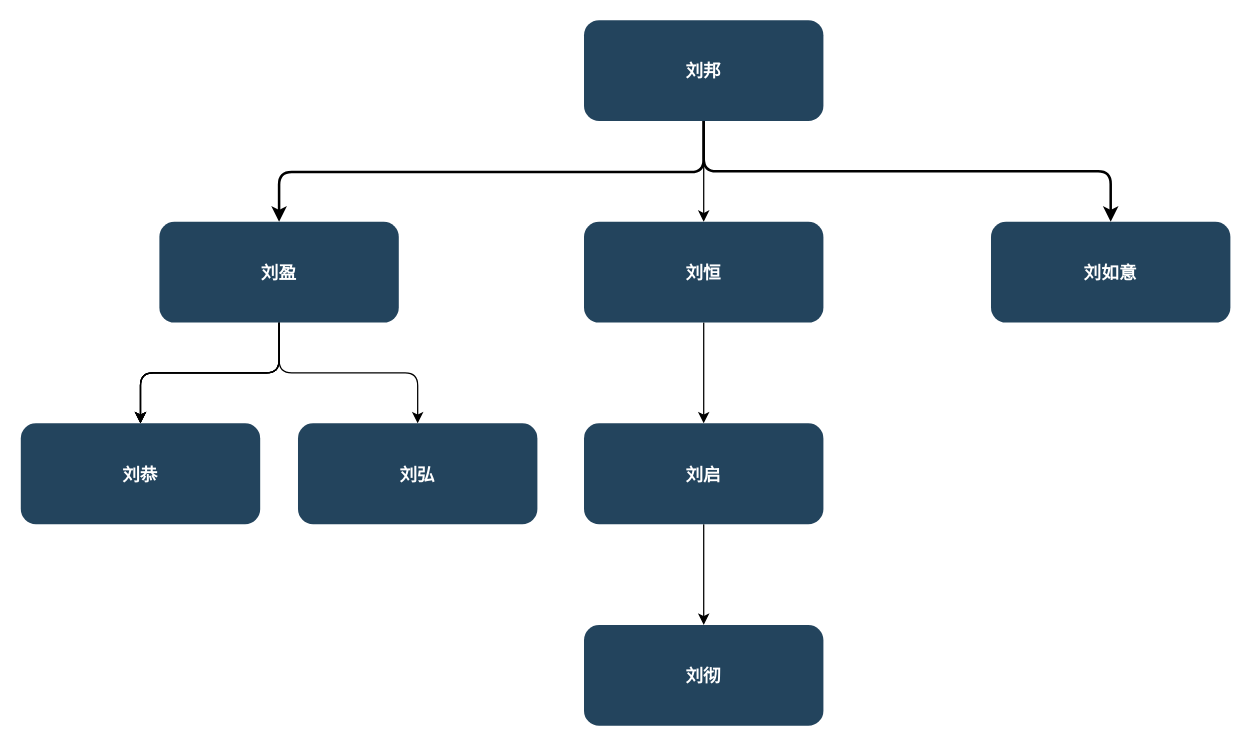
The draw.io diagram 汉代帝王谱系.drawio in uzvg/diagrams, before the edit. Source tidied: cells renumbered, new cells numbered last; positions are measured from the earlier drawing's top-left corner, leaving out a move shared by most shapes. Both pictures are drawn from the tidied source at 126%, with x=0, y=0 at pixel (20, 20).
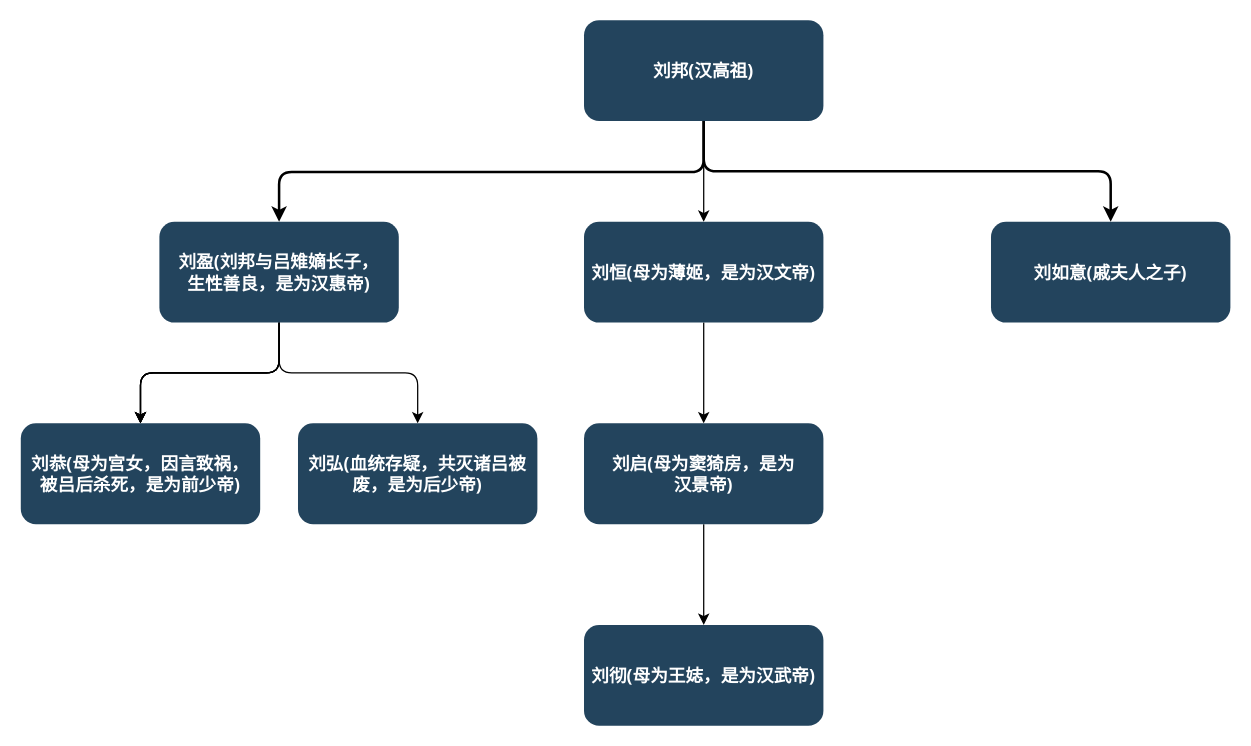
The same diagram, later.

Commit message (it also covers changes not shown here):
Update 汉代帝王谱系.drawio

Diff of the diagram source:
```diff
@@
 <mxGraphModel>
   <root>
     <mxCell id="0" />
     <mxCell id="1" parent="0" />
     <mxCell id="2" style="edgeStyle=orthogonalEdgeStyle;rounded=1;jettySize=auto;html=1;strokeWidth=2;exitX=0.5;exitY=1;exitDx=0;exitDy=0;" parent="1" edge="1" source="4" target="12">
       <mxGeometry relative="1" as="geometry" />
     </mxCell>
     <mxCell id="3" style="edgeStyle=orthogonalEdgeStyle;rounded=1;jettySize=auto;html=1;" parent="1" edge="1" source="4" target="16">
       <mxGeometry relative="1" as="geometry" />
     </mxCell>
-    <mxCell id="4" value="刘邦" style="rounded=1;fillColor=#23445D;gradientColor=none;strokeColor=none;fontColor=#FFFFFF;fontStyle=1;fontFamily=Tahoma;fontSize=14;" parent="1" vertex="1">
+    <mxCell id="4" value="刘邦(汉高祖)" style="rounded=1;fillColor=#23445D;gradientColor=none;strokeColor=none;fontColor=#FFFFFF;fontStyle=1;fontFamily=Tahoma;fontSize=14;" parent="1" vertex="1">
       <mxGeometry x="447" y="-0.5" width="190" height="80" as="geometry" />
     </mxCell>
     <mxCell id="5" style="edgeStyle=orthogonalEdgeStyle;rounded=1;jettySize=auto;html=1;" parent="1" edge="1" source="10" target="13">
       <mxGeometry relative="1" as="geometry" />
     </mxCell>
     <mxCell id="6" style="edgeStyle=orthogonalEdgeStyle;rounded=1;jettySize=auto;html=1;" parent="1" edge="1" source="10" target="13">
       <mxGeometry relative="1" as="geometry" />
     </mxCell>
     <mxCell id="7" style="edgeStyle=orthogonalEdgeStyle;rounded=1;jettySize=auto;html=1;" parent="1" edge="1" source="10" target="13">
       <mxGeometry relative="1" as="geometry" />
     </mxCell>
     <mxCell id="8" style="edgeStyle=orthogonalEdgeStyle;rounded=1;jettySize=auto;html=1;" parent="1" edge="1" source="10" target="13">
       <mxGeometry relative="1" as="geometry" />
     </mxCell>
     <mxCell id="9" style="edgeStyle=orthogonalEdgeStyle;rounded=1;jettySize=auto;html=1;exitX=0.5;exitY=1;exitDx=0;exitDy=0;" parent="1" edge="1" source="10" target="14">
       <mxGeometry relative="1" as="geometry" />
     </mxCell>
-    <mxCell id="10" value="刘盈" style="rounded=1;fillColor=#23445D;gradientColor=none;strokeColor=none;fontColor=#FFFFFF;fontStyle=1;fontFamily=Tahoma;fontSize=14;" parent="1" vertex="1">
+    <mxCell id="10" value="刘盈(刘邦与吕雉嫡长子，&#10;生性善良，是为汉惠帝)" style="rounded=1;fillColor=#23445D;gradientColor=none;strokeColor=none;fontColor=#FFFFFF;fontStyle=1;fontFamily=Tahoma;fontSize=14;" parent="1" vertex="1">
       <mxGeometry x="110" y="159.5" width="190" height="80" as="geometry" />
     </mxCell>
     <mxCell id="11" style="edgeStyle=elbowEdgeStyle;elbow=vertical;strokeWidth=2;rounded=1;" parent="1" edge="1" source="4" target="10">
       <mxGeometry x="347" y="225.5" as="geometry" />
     </mxCell>
-    <mxCell id="12" value="刘如意" style="rounded=1;fillColor=#23445D;gradientColor=none;strokeColor=none;fontColor=#FFFFFF;fontStyle=1;fontFamily=Tahoma;fontSize=14;" parent="1" vertex="1">
+    <mxCell id="12" value="刘如意(戚夫人之子)" style="rounded=1;fillColor=#23445D;gradientColor=none;strokeColor=none;fontColor=#FFFFFF;fontStyle=1;fontFamily=Tahoma;fontSize=14;" parent="1" vertex="1">
       <mxGeometry x="770" y="159.5" width="190" height="80" as="geometry" />
     </mxCell>
-    <mxCell id="13" value="刘恭" style="rounded=1;fillColor=#23445D;gradientColor=none;strokeColor=none;fontColor=#FFFFFF;fontStyle=1;fontFamily=Tahoma;fontSize=14;" parent="1" vertex="1">
+    <mxCell id="13" value="刘恭(母为宫女，因言致祸，&#10;被吕后杀死，是为前少帝)" style="rounded=1;fillColor=#23445D;gradientColor=none;strokeColor=none;fontColor=#FFFFFF;fontStyle=1;fontFamily=Tahoma;fontSize=14;" parent="1" vertex="1">
       <mxGeometry y="319.5" width="190" height="80" as="geometry" />
     </mxCell>
-    <mxCell id="14" value="刘弘" style="rounded=1;fillColor=#23445D;gradientColor=none;strokeColor=none;fontColor=#FFFFFF;fontStyle=1;fontFamily=Tahoma;fontSize=14;" parent="1" vertex="1">
+    <mxCell id="14" value="刘弘(血统存疑，共灭诸吕被&#10;废，是为后少帝)" style="rounded=1;fillColor=#23445D;gradientColor=none;strokeColor=none;fontColor=#FFFFFF;fontStyle=1;fontFamily=Tahoma;fontSize=14;" parent="1" vertex="1">
       <mxGeometry x="220" y="319.5" width="190" height="80" as="geometry" />
     </mxCell>
     <mxCell id="15" style="edgeStyle=orthogonalEdgeStyle;rounded=1;jettySize=auto;html=1;" parent="1" edge="1" source="16" target="18">
       <mxGeometry relative="1" as="geometry" />
     </mxCell>
-    <mxCell id="16" value="刘恒" style="rounded=1;fillColor=#23445D;gradientColor=none;strokeColor=none;fontColor=#FFFFFF;fontStyle=1;fontFamily=Tahoma;fontSize=14;" parent="1" vertex="1">
+    <mxCell id="16" value="刘恒(母为薄姬，是为汉文帝)" style="rounded=1;fillColor=#23445D;gradientColor=none;strokeColor=none;fontColor=#FFFFFF;fontStyle=1;fontFamily=Tahoma;fontSize=14;" parent="1" vertex="1">
       <mxGeometry x="447" y="159.5" width="190" height="80" as="geometry" />
     </mxCell>
     <mxCell id="17" style="edgeStyle=orthogonalEdgeStyle;rounded=1;jettySize=auto;html=1;" parent="1" edge="1" source="18" target="19">
       <mxGeometry relative="1" as="geometry" />
     </mxCell>
-    <mxCell id="18" value="刘启" style="rounded=1;fillColor=#23445D;gradientColor=none;strokeColor=none;fontColor=#FFFFFF;fontStyle=1;fontFamily=Tahoma;fontSize=14;" parent="1" vertex="1">
+    <mxCell id="18" value="刘启(母为窦猗房，是为&#10;汉景帝)" style="rounded=1;fillColor=#23445D;gradientColor=none;strokeColor=none;fontColor=#FFFFFF;fontStyle=1;fontFamily=Tahoma;fontSize=14;" parent="1" vertex="1">
       <mxGeometry x="447" y="319.5" width="190" height="80" as="geometry" />
     </mxCell>
-    <mxCell id="19" value="刘彻" style="rounded=1;fillColor=#23445D;gradientColor=none;strokeColor=none;fontColor=#FFFFFF;fontStyle=1;fontFamily=Tahoma;fontSize=14;" parent="1" vertex="1">
+    <mxCell id="19" value="刘彻(母为王娡，是为汉武帝)" style="rounded=1;fillColor=#23445D;gradientColor=none;strokeColor=none;fontColor=#FFFFFF;fontStyle=1;fontFamily=Tahoma;fontSize=14;" parent="1" vertex="1">
       <mxGeometry x="447" y="479.5" width="190" height="80" as="geometry" />
     </mxCell>
   </root>
 </mxGraphModel>
```
